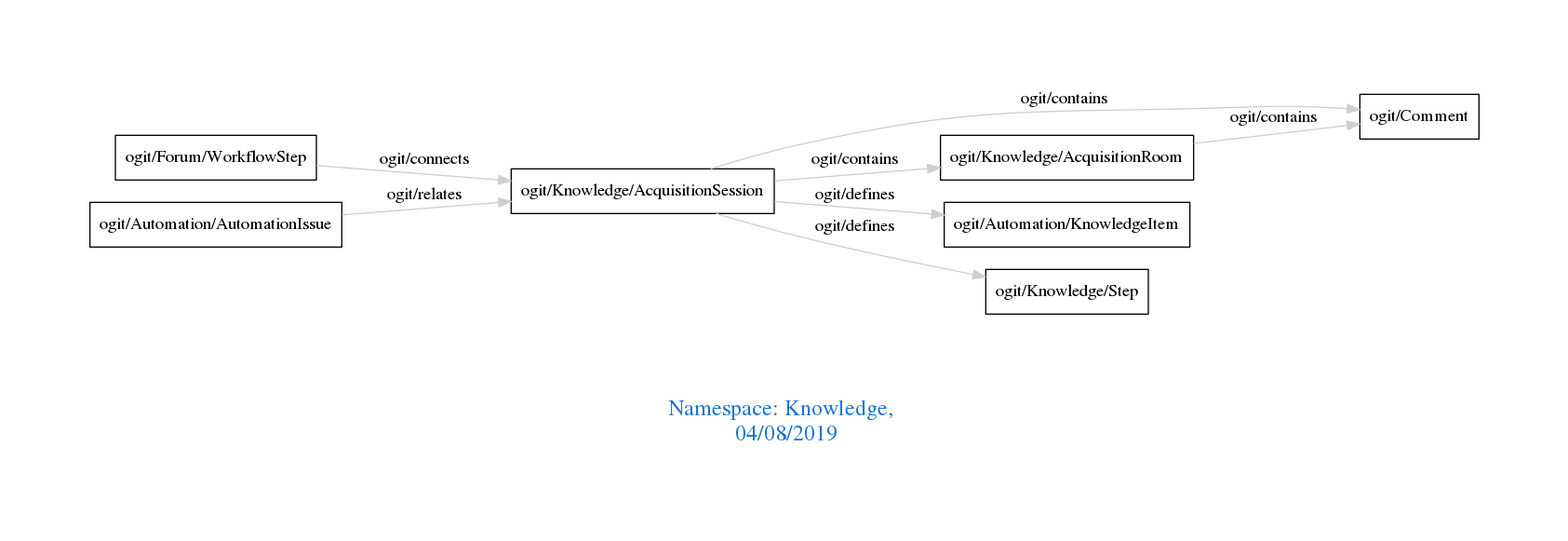
Earlier version of the Graphviz export downloads/Knowledge.png (arago/OGIT). Its source is kept beside it as downloads/Knowledge.dot.
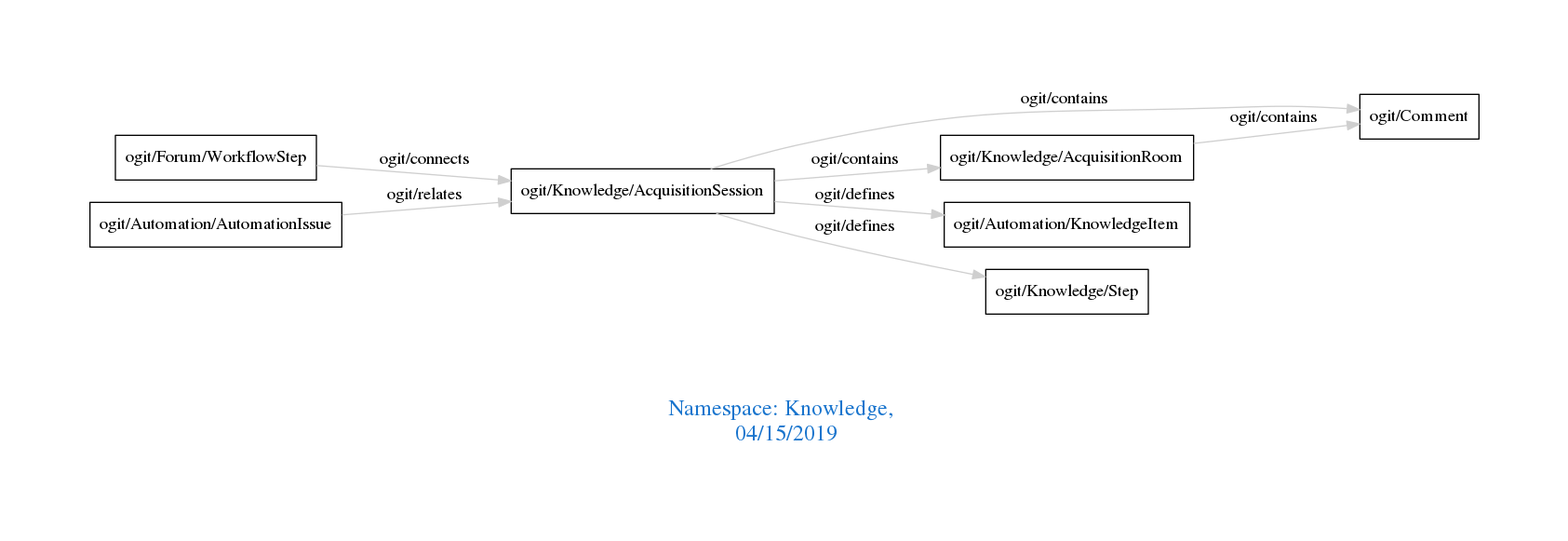
Later version of the same file.

The edit, as a diff of the source:
```diff
@@ -1,7 +1,7 @@
 digraph OGIT_ontology {
  graph [ rankdir= LR,pad=1
 fontsize = 18,
-fontcolor= dodgerblue3,label = "\n\n\nNamespace: Knowledge, \n 04/08/2019"];
+fontcolor= dodgerblue3,label = "\n\n\nNamespace: Knowledge, \n 04/15/2019"];
 node[shape=polygon];
 edge [  color="gray81"];
 
```
